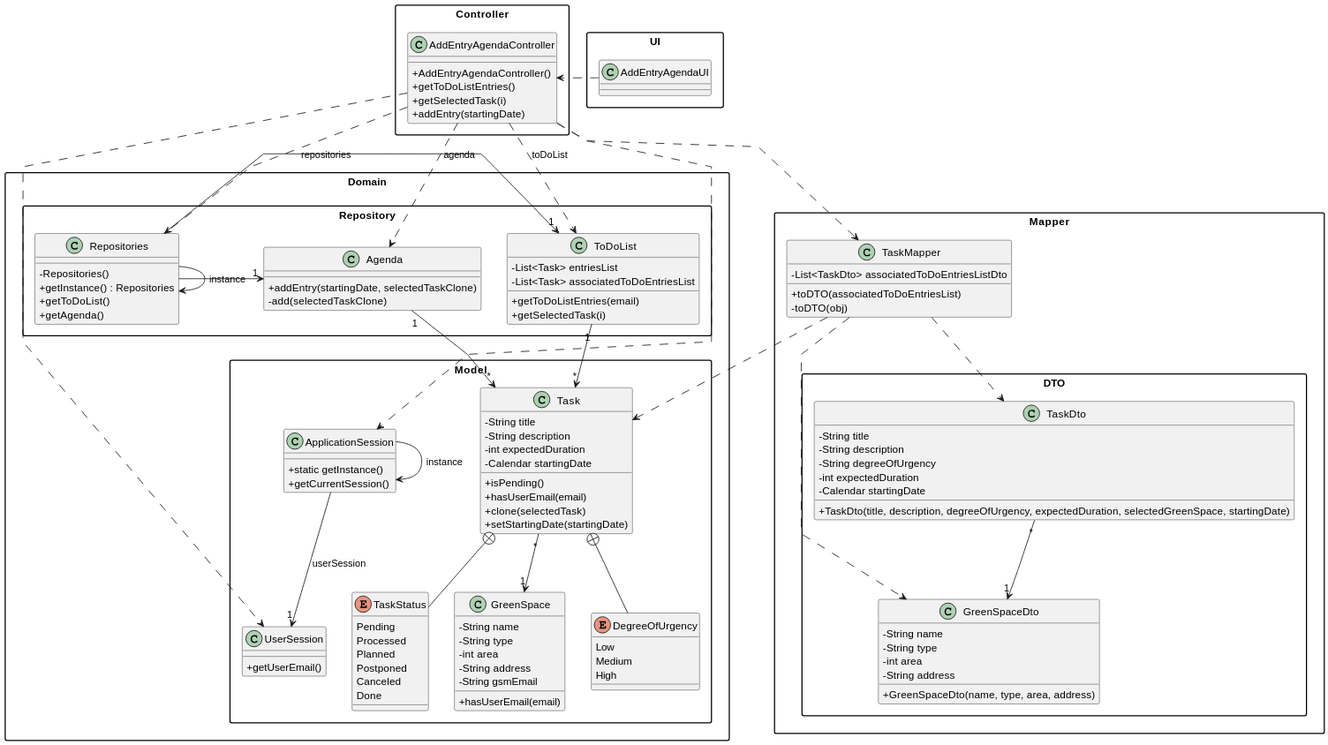
Earlier version of the PlantUML export docs/sprintC/us022/03.design/svg/us022-class-diagram.svg (Departamento-de-Engenharia-Informatica/lei-24-s2-1dm-g132).
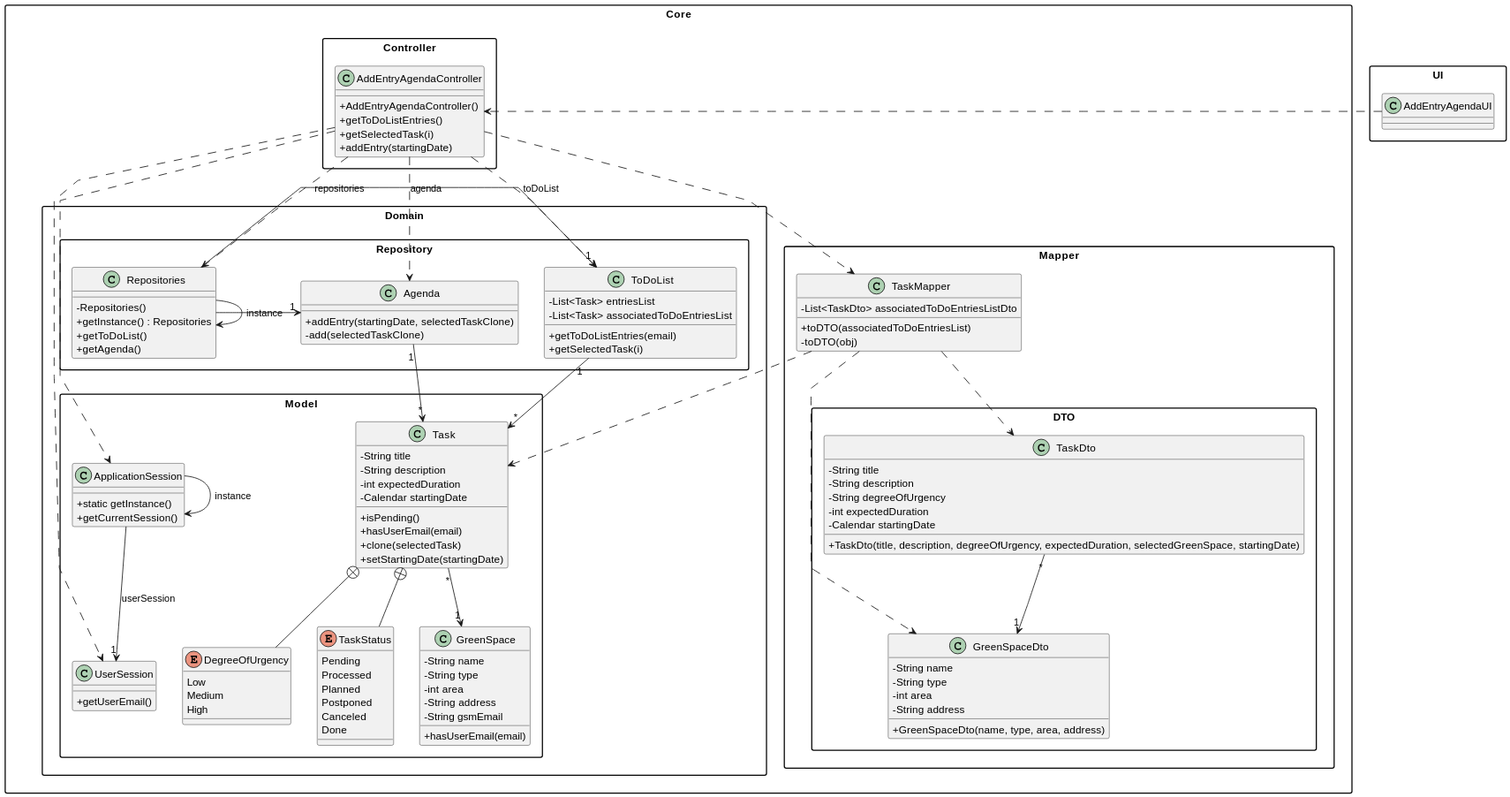
Later version of the same file.

Commit message:
Class diagrams minor change and self-assessment done

Diff of the diagram source:
```diff
@@ -13,6 +13,7 @@
 }
 }
 
+Package Core{
 Package Controller{
 class AddEntryAgendaController
 {
@@ -133,6 +134,7 @@
 }
 }
 }
+}
 
 Task +-- DegreeOfUrgency
 Task +-- TaskStatus
```
